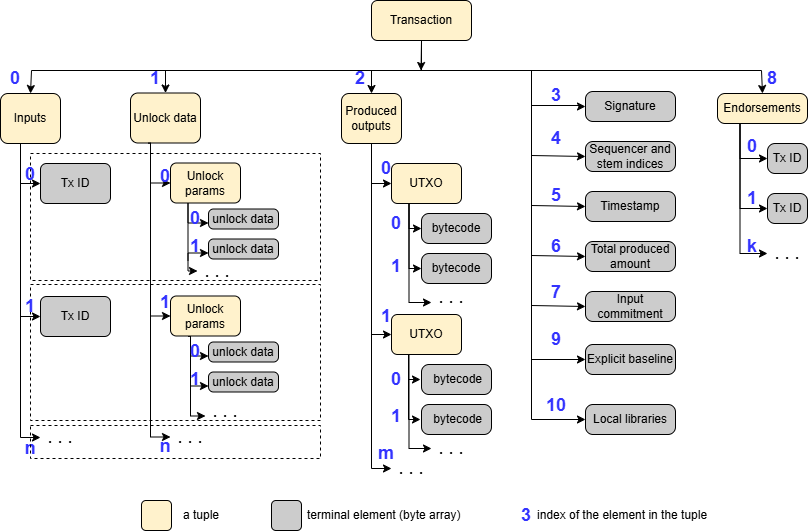
The draw.io diagram static/img/utxo-tx.png in lunfardo314/lunfardo314.github.io, before a commit. Source tidied: cells renumbered, new cells last; positions are measured from the earlier drawing's top-left corner, leaving out a move shared by most shapes.
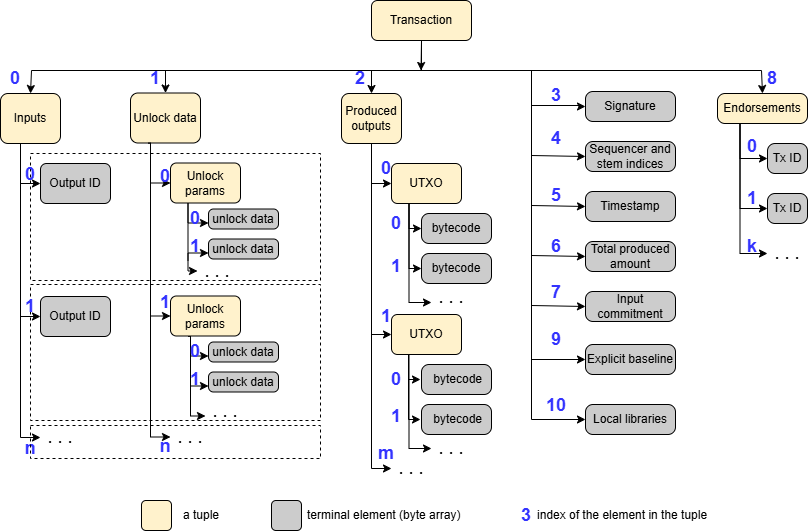
Above is the later version.

Diff of the diagram source:
```diff
@@ -206,10 +206,10 @@
         </Array>
       </mxGeometry>
     </mxCell>
-    <mxCell id="36" value="Tx ID" style="rounded=1;whiteSpace=wrap;html=1;fillColor=#CCCCCC;" parent="1" vertex="1">
+    <mxCell id="36" value="Output ID" style="rounded=1;whiteSpace=wrap;html=1;fillColor=#CCCCCC;" parent="1" vertex="1">
       <mxGeometry x="40" y="163" width="70" height="40" as="geometry" />
     </mxCell>
-    <mxCell id="37" value="Tx ID" style="rounded=1;whiteSpace=wrap;html=1;fillColor=#CCCCCC;" parent="1" vertex="1">
+    <mxCell id="37" value="Output ID" style="rounded=1;whiteSpace=wrap;html=1;fillColor=#CCCCCC;" parent="1" vertex="1">
       <mxGeometry x="40" y="296" width="70" height="40" as="geometry" />
     </mxCell>
     <mxCell id="38" value="&lt;font style=&quot;font-size: 18px;&quot;&gt;. . .&lt;/font&gt;" style="text;html=1;align=center;verticalAlign=middle;whiteSpace=wrap;rounded=0;" parent="1" vertex="1">
```
